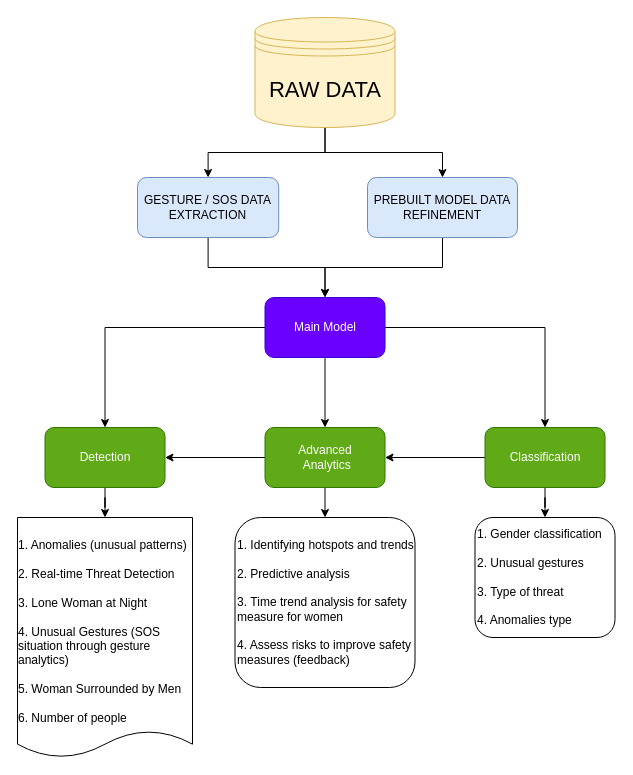
Before: page "Software" (3 of 6) of (SIH1605) FlowChart.drawio in Tushar7436/SIH-1605--Women-Safety, a draw.io diagram. Source tidied: cells renumbered, new cells numbered last; positions are measured from the earlier drawing's top-left corner, leaving out a move shared by most shapes. Both pictures are drawn from the tidied source at 100%, with x=0, y=0 at pixel (17, 17).
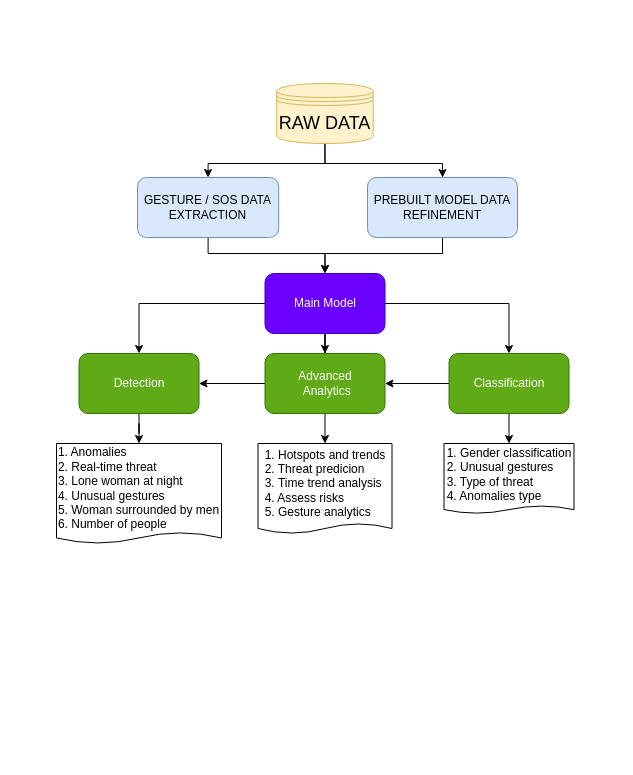
Above is the later version.

The change refers to these unchanged cells:
```xml
<mxCell id="18" value="PREBUILT MODEL DATA REFINEMENT" style="rounded=1;whiteSpace=wrap;html=1;fillColor=#dae8fc;strokeColor=#6c8ebf;" parent="1" vertex="1">
  <mxGeometry x="350" y="160" width="150" height="60" as="geometry" />
</mxCell>
<mxCell id="20" value="GESTURE / SOS DATA EXTRACTION" style="rounded=1;whiteSpace=wrap;html=1;fillColor=#dae8fc;strokeColor=#6c8ebf;" parent="1" vertex="1">
  <mxGeometry x="120" y="160" width="141.2" height="60" as="geometry" />
</mxCell>
```

Diff of the diagram source:
```diff
@@
     <mxCell id="5" value="Main Model" style="rounded=1;whiteSpace=wrap;html=1;fillColor=#6a00ff;fontColor=#ffffff;strokeColor=#3700CC;" parent="1" vertex="1">
-      <mxGeometry x="247.5" y="280" width="120" height="60" as="geometry" />
+      <mxGeometry x="247.5" y="256" width="120" height="60" as="geometry" />
     </mxCell>
@@
-    <mxCell id="7" style="edgeStyle=orthogonalEdgeStyle;rounded=0;jettySize=auto;html=1;exitX=0.5;exitY=1;exitDx=0;exitDy=0;entryX=0.5;entryY=0;entryDx=0;entryDy=0;" parent="1" edge="1" source="8" target="15">
-      <mxGeometry relative="1" as="geometry" />
+    <mxCell id="7" style="edgeStyle=orthogonalEdgeStyle;rounded=0;jettySize=auto;html=1;exitX=0.5;exitY=1;exitDx=0;exitDy=0;entryX=0.5;entryY=0;entryDx=0;entryDy=0;" parent="1" edge="1" source="8">
+      <mxGeometry relative="1" as="geometry">
+        <mxPoint x="307.5" y="426" as="targetPoint" />
+      </mxGeometry>
     </mxCell>
     <mxCell id="8" value="Advanced&lt;div&gt;&amp;nbsp;Analytics&lt;/div&gt;" style="rounded=1;whiteSpace=wrap;html=1;fillColor=#60a917;fontColor=#ffffff;strokeColor=#2D7600;" parent="1" vertex="1">
-      <mxGeometry x="247.5" y="410" width="120" height="60" as="geometry" />
+      <mxGeometry x="247.5" y="336" width="120" height="60" as="geometry" />
     </mxCell>
@@
     <mxCell id="10" value="Detection" style="rounded=1;whiteSpace=wrap;html=1;fillColor=#60a917;fontColor=#ffffff;strokeColor=#2D7600;" parent="1" vertex="1">
-      <mxGeometry x="27.5" y="410" width="120" height="60" as="geometry" />
+      <mxGeometry x="61.5" y="336" width="120" height="60" as="geometry" />
     </mxCell>
@@
-    <mxCell id="12" style="edgeStyle=orthogonalEdgeStyle;rounded=0;jettySize=auto;html=1;" parent="1" edge="1" source="13" target="16">
-      <mxGeometry relative="1" as="geometry" />
+    <mxCell id="12" style="edgeStyle=orthogonalEdgeStyle;rounded=0;jettySize=auto;html=1;" parent="1" edge="1" source="13">
+      <mxGeometry relative="1" as="geometry">
+        <mxPoint x="491.5" y="426" as="targetPoint" />
+      </mxGeometry>
     </mxCell>
     <mxCell id="13" value="Classification" style="rounded=1;whiteSpace=wrap;html=1;fillColor=#60a917;fontColor=#ffffff;strokeColor=#2D7600;" parent="1" vertex="1">
-      <mxGeometry x="467.5" y="410" width="120" height="60" as="geometry" />
+      <mxGeometry x="431.5" y="336" width="120" height="60" as="geometry" />
     </mxCell>
-    <mxCell id="14" value="&lt;div style=&quot;text-align: left;&quot;&gt;&lt;br&gt;1. Anomalies (unusual patterns)&lt;/div&gt;&lt;div style=&quot;text-align: left;&quot;&gt;&lt;br&gt;2. Real-time Threat Detection&lt;/div&gt;&lt;div style=&quot;text-align: left;&quot;&gt;&lt;br&gt;3. Lone Woman at Night&lt;/div&gt;&lt;div style=&quot;text-align: left;&quot;&gt;&lt;br&gt;4. Unusual Gestures (SOS situation through gesture analytics)&lt;/div&gt;&lt;div style=&quot;text-align: left;&quot;&gt;&lt;br&gt;5. Woman Surrounded by Men&lt;br&gt;&lt;/div&gt;&lt;div style=&quot;text-align: left;&quot;&gt;&lt;br&gt;&lt;/div&gt;&lt;div style=&quot;text-align: left;&quot;&gt;6.&amp;nbsp;&lt;span style=&quot;background-color: initial; text-align: center;&quot;&gt;Number of people&lt;/span&gt;&lt;/div&gt;" style="shape=document;whiteSpace=wrap;html=1;boundedLbl=1;size=0.1111111111111111;" parent="1" vertex="1">
-      <mxGeometry y="500" width="175" height="240" as="geometry" />
+    <mxCell id="14" value="&lt;div style=&quot;text-align: left;&quot;&gt;1. Anomalies&lt;/div&gt;&lt;div style=&quot;text-align: left;&quot;&gt;2. Real-time threat&lt;/div&gt;&lt;div style=&quot;text-align: left;&quot;&gt;3. Lone woman at night&lt;/div&gt;&lt;div style=&quot;text-align: left;&quot;&gt;4. Unusual gestures&lt;/div&gt;&lt;div style=&quot;text-align: left;&quot;&gt;5. Woman surrounded by men&lt;/div&gt;&lt;div style=&quot;text-align: left;&quot;&gt;6.&amp;nbsp;&lt;span style=&quot;background-color: initial; text-align: center;&quot;&gt;Number of people&lt;/span&gt;&lt;/div&gt;" style="shape=document;whiteSpace=wrap;html=1;boundedLbl=1;size=0.1111111111111111;" parent="1" vertex="1">
+      <mxGeometry x="39" y="426" width="165" height="100" as="geometry" />
     </mxCell>
-    <mxCell id="15" value="&lt;div style=&quot;&quot;&gt;&lt;span style=&quot;background-color: initial;&quot;&gt;1. Identifying hotspots and trends&lt;/span&gt;&lt;br&gt;&lt;/div&gt;&lt;div style=&quot;&quot;&gt;&lt;span style=&quot;background-color: initial;&quot;&gt;&lt;br&gt;&lt;/span&gt;&lt;/div&gt;&lt;div style=&quot;&quot;&gt;2.&amp;nbsp;Predictive analysis&lt;/div&gt;&lt;div style=&quot;&quot;&gt;&lt;br&gt;&lt;/div&gt;&lt;div style=&quot;&quot;&gt;3.&amp;nbsp;&lt;span style=&quot;background-color: initial;&quot;&gt;Time trend analysis for safety measure for women&lt;/span&gt;&lt;/div&gt;&lt;div style=&quot;&quot;&gt;&lt;span style=&quot;background-color: initial;&quot;&gt;&lt;br&gt;&lt;/span&gt;&lt;/div&gt;&lt;div style=&quot;&quot;&gt;&lt;span style=&quot;background-color: initial;&quot;&gt;4. Assess risks to improve safety measures (feedback)&lt;/span&gt;&lt;/div&gt;" style="rounded=1;whiteSpace=wrap;html=1;align=left;" parent="1" vertex="1">
-      <mxGeometry x="217.5" y="500" width="180" height="170" as="geometry" />
-    </mxCell>
-    <mxCell id="16" value="&lt;div style=&quot;&quot;&gt;&lt;span style=&quot;background-color: initial;&quot;&gt;1. Gender classification&lt;/span&gt;&lt;/div&gt;&lt;div style=&quot;&quot;&gt;&lt;span style=&quot;background-color: initial;&quot;&gt;&lt;br&gt;&lt;/span&gt;&lt;/div&gt;&lt;div style=&quot;&quot;&gt;&lt;span style=&quot;background-color: initial;&quot;&gt;2.&amp;nbsp;&lt;/span&gt;&lt;span style=&quot;background-color: initial;&quot;&gt;Unusual gestures&lt;/span&gt;&lt;/div&gt;&lt;div style=&quot;&quot;&gt;&lt;span style=&quot;background-color: initial;&quot;&gt;&lt;br&gt;&lt;/span&gt;&lt;/div&gt;&lt;div style=&quot;&quot;&gt;&lt;span style=&quot;background-color: initial;&quot;&gt;3. Type of threat&lt;/span&gt;&lt;/div&gt;&lt;div style=&quot;&quot;&gt;&lt;span style=&quot;background-color: initial;&quot;&gt;&lt;br&gt;&lt;/span&gt;&lt;/div&gt;&lt;div style=&quot;&quot;&gt;&lt;span style=&quot;background-color: initial;&quot;&gt;4. Anomalies type&lt;/span&gt;&lt;/div&gt;" style="whiteSpace=wrap;html=1;rounded=1;align=left;" parent="1" vertex="1">
-      <mxGeometry x="457.5" y="500" width="140" height="120" as="geometry" />
-    </mxCell>
     <mxCell id="17" style="edgeStyle=orthogonalEdgeStyle;rounded=0;jettySize=auto;html=1;exitX=0.5;exitY=1;exitDx=0;exitDy=0;entryX=0.5;entryY=0;entryDx=0;entryDy=0;" parent="1" edge="1" source="18" target="5">
-      <mxGeometry relative="1" as="geometry" />
+      <mxGeometry relative="1" as="geometry">
+        <Array as="points">
+          <mxPoint x="425" y="236" />
+          <mxPoint x="308" y="236" />
+        </Array>
+      </mxGeometry>
     </mxCell>
@@
     <mxCell id="19" style="edgeStyle=orthogonalEdgeStyle;rounded=0;jettySize=auto;html=1;exitX=0.5;exitY=1;exitDx=0;exitDy=0;entryX=0.5;entryY=0;entryDx=0;entryDy=0;" parent="1" edge="1" source="20" target="5">
-      <mxGeometry relative="1" as="geometry" />
+      <mxGeometry relative="1" as="geometry">
+        <Array as="points">
+          <mxPoint x="191" y="236" />
+          <mxPoint x="308" y="236" />
+        </Array>
+      </mxGeometry>
     </mxCell>
@@
     <mxCell id="21" style="edgeStyle=orthogonalEdgeStyle;rounded=0;jettySize=auto;html=1;exitX=0.5;exitY=1;exitDx=0;exitDy=0;entryX=0.5;entryY=0;entryDx=0;entryDy=0;" parent="1" edge="1" source="23" target="20">
-      <mxGeometry relative="1" as="geometry" />
+      <mxGeometry relative="1" as="geometry">
+        <Array as="points">
+          <mxPoint x="308" y="146" />
+          <mxPoint x="191" y="146" />
+        </Array>
+      </mxGeometry>
     </mxCell>
     <mxCell id="22" style="edgeStyle=orthogonalEdgeStyle;rounded=0;jettySize=auto;html=1;exitX=0.5;exitY=1;exitDx=0;exitDy=0;entryX=0.5;entryY=0;entryDx=0;entryDy=0;" parent="1" edge="1" source="23" target="18">
-      <mxGeometry relative="1" as="geometry" />
+      <mxGeometry relative="1" as="geometry">
+        <Array as="points">
+          <mxPoint x="308" y="146" />
+          <mxPoint x="425" y="146" />
+        </Array>
+      </mxGeometry>
     </mxCell>
-    <mxCell id="23" value="&lt;font style=&quot;font-size: 22px;&quot;&gt;RAW DATA&lt;/font&gt;" style="shape=datastore;whiteSpace=wrap;html=1;fillColor=#fff2cc;strokeColor=#d6b656;" parent="1" vertex="1">
-      <mxGeometry x="237.5" width="140" height="110" as="geometry" />
+    <mxCell id="23" value="&lt;font style=&quot;font-size: 18px;&quot;&gt;RAW DATA&lt;/font&gt;" style="shape=datastore;whiteSpace=wrap;html=1;fillColor=#fff2cc;strokeColor=#d6b656;" parent="1" vertex="1">
+      <mxGeometry x="259.2" y="66" width="96.5" height="60" as="geometry" />
     </mxCell>
+    <mxCell id="24" value="&lt;div style=&quot;text-align: left;&quot;&gt;&lt;div&gt;&lt;span style=&quot;background-color: initial;&quot;&gt;1. Hotspots and trends&lt;/span&gt;&lt;/div&gt;&lt;div&gt;2. Threat predicion&lt;/div&gt;&lt;div&gt;3.&amp;nbsp;&lt;span style=&quot;background-color: initial;&quot;&gt;Time trend analysis&lt;/span&gt;&lt;/div&gt;&lt;div&gt;&lt;span style=&quot;background-color: initial;&quot;&gt;4. Assess risks&lt;/span&gt;&lt;/div&gt;&lt;div&gt;&lt;span style=&quot;background-color: initial;&quot;&gt;5.&amp;nbsp;&lt;/span&gt;&lt;span style=&quot;background-color: initial;&quot;&gt;Gesture analytics&lt;/span&gt;&lt;/div&gt;&lt;/div&gt;" style="shape=document;whiteSpace=wrap;html=1;boundedLbl=1;size=0.1111111111111111;" parent="1" vertex="1">
+      <mxGeometry x="240.5" y="426" width="134" height="90" as="geometry" />
+    </mxCell>
+    <mxCell id="16" value="&lt;div style=&quot;text-align: left;&quot;&gt;&lt;div&gt;&lt;span style=&quot;background-color: initial;&quot;&gt;1. Gender classification&lt;/span&gt;&lt;/div&gt;&lt;div&gt;&lt;span style=&quot;background-color: initial;&quot;&gt;2.&amp;nbsp;&lt;/span&gt;&lt;span style=&quot;background-color: initial;&quot;&gt;Unusual gestures&lt;/span&gt;&lt;/div&gt;&lt;div&gt;&lt;span style=&quot;background-color: initial;&quot;&gt;3. Type of threat&lt;/span&gt;&lt;/div&gt;&lt;div&gt;&lt;span style=&quot;background-color: initial;&quot;&gt;4. Anomalies type&lt;/span&gt;&lt;/div&gt;&lt;/div&gt;" style="shape=document;whiteSpace=wrap;html=1;boundedLbl=1;size=0.1111111111111111;" parent="1" vertex="1">
+      <mxGeometry x="426.5" y="426" width="130" height="70" as="geometry" />
+    </mxCell>
```
